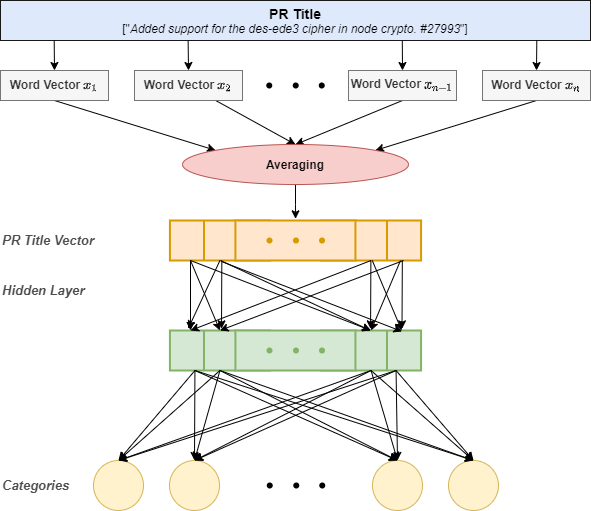
Earlier version of the draw.io export FastText.png (JasonZhu-WHU/Draw.io). Source tidied: cells renumbered, new cells last; positions are measured from the earlier drawing's top-left corner, leaving out a move shared by most shapes. The source it was exported from:
```xml
<mxGraphModel math="1">
  <root>
    <mxCell id="0" />
    <mxCell id="1" parent="0" />
    <mxCell id="2" value="&lt;font style=&quot;font-size: 14px&quot;&gt;PR Title&lt;/font&gt;&lt;span style=&quot;font-weight: normal ; font-size: 5px&quot;&gt;&lt;font style=&quot;font-size: 5px&quot;&gt;&lt;br style=&quot;font-size: 5px&quot;&gt;&lt;span style=&quot;font-size: 5px&quot;&gt;[&quot;&lt;i&gt;Added support for the des-ede3 cipher in node crypto. #27993&lt;/i&gt;&quot;]&lt;/span&gt;&lt;/font&gt;&lt;/span&gt;" style="rounded=0;whiteSpace=wrap;html=1;opacity=90;fillColor=#dae8fc;fontSize=12;fontStyle=1;" parent="1" vertex="1">
      <mxGeometry width="590" height="40" as="geometry" />
    </mxCell>
    <mxCell id="3" style="shape=waypoint;sketch=0;fillStyle=solid;size=6;fillColor=none;perimeter=centerPerimeter;" parent="1" vertex="1">
      <mxGeometry x="248.8" y="65" width="40" height="40" as="geometry" />
    </mxCell>
    <mxCell id="4" style="shape=waypoint;sketch=0;fillStyle=solid;size=6;fillColor=none;perimeter=centerPerimeter;" parent="1" vertex="1">
      <mxGeometry x="275.2" y="65" width="40" height="40" as="geometry" />
    </mxCell>
    <mxCell id="5" style="shape=waypoint;sketch=0;fillStyle=solid;size=6;fillColor=none;perimeter=centerPerimeter;" parent="1" vertex="1">
      <mxGeometry x="301.2" y="65" width="40" height="40" as="geometry" />
    </mxCell>
    <mxCell id="6" style="edgeStyle=orthogonalEdgeStyle;rounded=0;jettySize=auto;html=1;exitX=0.5;exitY=0;exitDx=0;exitDy=0;entryX=0.318;entryY=0.997;entryDx=0;entryDy=0;entryPerimeter=0;startArrow=classic;startFill=1;endArrow=none;endFill=0;" parent="1" edge="1" source="8" target="2">
      <mxGeometry relative="1" as="geometry" />
    </mxCell>
    <mxCell id="7" style="edgeStyle=none;rounded=0;jettySize=auto;html=1;entryX=0.5;entryY=0;entryDx=0;entryDy=0;startArrow=none;startFill=0;endArrow=classic;endFill=1;" parent="1" edge="1" source="8" target="19">
      <mxGeometry relative="1" as="geometry" />
    </mxCell>
    <mxCell id="8" value="&lt;font style=&quot;font-size: 12px&quot;&gt;Word Vector&amp;nbsp;&lt;/font&gt;&lt;span style=&quot;color: rgb(0 , 0 , 0)&quot;&gt;`x_{2}`&lt;/span&gt;" style="rounded=0;whiteSpace=wrap;html=1;opacity=90;fillColor=#f5f5f5;fontSize=12;fontStyle=1;strokeColor=#666666;fontColor=#333333;" parent="1" vertex="1">
      <mxGeometry x="134" y="70" width="108" height="30" as="geometry" />
    </mxCell>
    <mxCell id="9" style="edgeStyle=orthogonalEdgeStyle;rounded=0;jettySize=auto;html=1;exitX=0.5;exitY=0;exitDx=0;exitDy=0;entryX=0.091;entryY=1;entryDx=0;entryDy=0;entryPerimeter=0;startArrow=classic;startFill=1;endArrow=none;endFill=0;" parent="1" edge="1" source="11" target="2">
      <mxGeometry relative="1" as="geometry" />
    </mxCell>
    <mxCell id="10" style="rounded=0;jettySize=auto;html=1;exitX=0.5;exitY=1;exitDx=0;exitDy=0;startArrow=none;startFill=0;endArrow=classic;endFill=1;entryX=0;entryY=0;entryDx=0;entryDy=0;" parent="1" edge="1" source="11" target="19">
      <mxGeometry relative="1" as="geometry" />
    </mxCell>
    <mxCell id="11" value="&lt;font style=&quot;font-size: 12px&quot;&gt;Word Vector&amp;nbsp;&lt;/font&gt;&lt;span style=&quot;color: rgb(0 , 0 , 0)&quot;&gt;`x_{1}`&lt;/span&gt;" style="rounded=0;whiteSpace=wrap;html=1;opacity=90;fillColor=#f5f5f5;fontSize=12;fontStyle=1;strokeColor=#666666;fontColor=#333333;" parent="1" vertex="1">
      <mxGeometry y="70" width="108" height="30" as="geometry" />
    </mxCell>
    <mxCell id="12" style="edgeStyle=orthogonalEdgeStyle;rounded=0;jettySize=auto;html=1;exitX=0.5;exitY=0;exitDx=0;exitDy=0;entryX=0.909;entryY=1;entryDx=0;entryDy=0;entryPerimeter=0;startArrow=classic;startFill=1;endArrow=none;endFill=0;" parent="1" edge="1" source="14" target="2">
      <mxGeometry relative="1" as="geometry" />
    </mxCell>
    <mxCell id="13" style="edgeStyle=none;rounded=0;jettySize=auto;html=1;exitX=0.5;exitY=1;exitDx=0;exitDy=0;entryX=1;entryY=0;entryDx=0;entryDy=0;startArrow=none;startFill=0;endArrow=classic;endFill=1;" parent="1" edge="1" source="14" target="19">
      <mxGeometry relative="1" as="geometry" />
    </mxCell>
    <mxCell id="14" value="&lt;font style=&quot;font-size: 12px&quot;&gt;Word Vector&amp;nbsp;&lt;/font&gt;&lt;span style=&quot;color: rgb(0 , 0 , 0)&quot;&gt;`x_{n}`&lt;/span&gt;" style="rounded=0;whiteSpace=wrap;html=1;opacity=90;fillColor=#f5f5f5;fontSize=12;fontStyle=1;strokeColor=#666666;fontColor=#333333;" parent="1" vertex="1">
      <mxGeometry x="482" y="70" width="108" height="30" as="geometry" />
    </mxCell>
    <mxCell id="15" style="edgeStyle=orthogonalEdgeStyle;rounded=0;jettySize=auto;html=1;exitX=0.5;exitY=0;exitDx=0;exitDy=0;entryX=0.681;entryY=1;entryDx=0;entryDy=0;entryPerimeter=0;startArrow=classic;startFill=1;endArrow=none;endFill=0;" parent="1" edge="1" source="17" target="2">
      <mxGeometry relative="1" as="geometry" />
    </mxCell>
    <mxCell id="16" style="edgeStyle=none;rounded=0;jettySize=auto;html=1;exitX=0.5;exitY=1;exitDx=0;exitDy=0;entryX=0.5;entryY=0;entryDx=0;entryDy=0;startArrow=none;startFill=0;endArrow=classic;endFill=1;" parent="1" edge="1" source="17" target="19">
      <mxGeometry relative="1" as="geometry" />
    </mxCell>
    <mxCell id="17" value="&lt;font style=&quot;font-size: 12px&quot;&gt;Word Vector&amp;nbsp;&lt;/font&gt;&lt;span style=&quot;color: rgb(0 , 0 , 0)&quot;&gt;`x_{n-1}`&lt;/span&gt;" style="rounded=0;whiteSpace=wrap;html=1;opacity=90;fillColor=#f5f5f5;fontSize=12;fontStyle=1;strokeColor=#666666;fontColor=#333333;" parent="1" vertex="1">
      <mxGeometry x="348" y="70" width="108" height="30" as="geometry" />
    </mxCell>
    <mxCell id="18" style="edgeStyle=orthogonalEdgeStyle;rounded=0;jettySize=auto;html=1;entryX=0.501;entryY=-0.042;entryDx=0;entryDy=0;entryPerimeter=0;" parent="1" edge="1" source="19" target="22">
      <mxGeometry relative="1" as="geometry" />
    </mxCell>
    <mxCell id="19" value="&lt;b&gt;Averaging&lt;/b&gt;" style="ellipse;whiteSpace=wrap;html=1;fillColor=#f8cecc;strokeColor=#b85450;" parent="1" vertex="1">
      <mxGeometry x="182" y="144" width="226" height="40" as="geometry" />
    </mxCell>
    <mxCell id="20" style="strokeWidth=2;html=1;shape=mxgraph.lean_mapping.buffer_or_safety_stock;rotation=90;fillColor=#ffe6cc;strokeColor=#d79b00;" parent="1" vertex="1">
      <mxGeometry x="350.6" y="190" width="40" height="100" as="geometry" />
    </mxCell>
    <mxCell id="21" style="strokeWidth=2;html=1;shape=mxgraph.lean_mapping.buffer_or_safety_stock;rotation=90;fillColor=#ffe6cc;strokeColor=#d79b00;" parent="1" vertex="1">
      <mxGeometry x="199.4" y="190" width="40" height="100" as="geometry" />
    </mxCell>
    <mxCell id="22" style="verticalLabelPosition=bottom;verticalAlign=middle;html=1;shape=mxgraph.basic.rect;fillColor2=none;strokeWidth=2;size=20;indent=5;fontStyle=0;labelBackgroundColor=none;labelBorderColor=#000000;fillColor=#ffe6cc;strokeColor=#d79b00;" parent="1" vertex="1">
      <mxGeometry x="234.9" y="220" width="120" height="40" as="geometry" />
    </mxCell>
    <mxCell id="23" style="shape=waypoint;sketch=0;fillStyle=solid;size=6;fillColor=#ffe6cc;perimeter=centerPerimeter;strokeColor=#d79b00;" parent="1" vertex="1">
      <mxGeometry x="249" y="220" width="40" height="40" as="geometry" />
    </mxCell>
    <mxCell id="24" style="shape=waypoint;sketch=0;fillStyle=solid;size=6;fillColor=#ffe6cc;perimeter=centerPerimeter;strokeColor=#d79b00;" parent="1" vertex="1">
      <mxGeometry x="275.5" y="220" width="40" height="40" as="geometry" />
    </mxCell>
    <mxCell id="25" style="shape=waypoint;sketch=0;fillStyle=solid;size=6;fillColor=#ffe6cc;perimeter=centerPerimeter;strokeColor=#d79b00;" parent="1" vertex="1">
      <mxGeometry x="301.5" y="220" width="40" height="40" as="geometry" />
    </mxCell>
    <mxCell id="26" value="&lt;font color=&quot;#4d4d4d&quot; style=&quot;font-size: 13px;&quot;&gt;&lt;span style=&quot;font-size: 13px;&quot;&gt;PR Title Vector&lt;/span&gt;&lt;/font&gt;" style="text;html=1;strokeColor=none;fillColor=none;align=left;verticalAlign=middle;whiteSpace=wrap;rounded=0;labelBackgroundColor=none;fontSize=13;fontFamily=Helvetica;fontStyle=3;strokeWidth=1;flipV=1;" parent="1" vertex="1">
      <mxGeometry y="230" width="142" height="20" as="geometry" />
    </mxCell>
    <mxCell id="27" style="strokeWidth=2;html=1;shape=mxgraph.lean_mapping.buffer_or_safety_stock;rotation=90;fillColor=#d5e8d4;strokeColor=#82b366;" parent="1" vertex="1">
      <mxGeometry x="350.6" y="300" width="40" height="100" as="geometry" />
    </mxCell>
    <mxCell id="28" style="strokeWidth=2;html=1;shape=mxgraph.lean_mapping.buffer_or_safety_stock;rotation=90;fillColor=#d5e8d4;strokeColor=#82b366;" parent="1" vertex="1">
      <mxGeometry x="199.4" y="300" width="40" height="100" as="geometry" />
    </mxCell>
    <mxCell id="29" style="verticalLabelPosition=bottom;verticalAlign=middle;html=1;shape=mxgraph.basic.rect;fillColor2=none;strokeWidth=2;size=20;indent=5;fontStyle=0;labelBackgroundColor=none;labelBorderColor=#000000;fillColor=#d5e8d4;strokeColor=#82b366;" parent="1" vertex="1">
      <mxGeometry x="234.9" y="330" width="120" height="40" as="geometry" />
    </mxCell>
    <mxCell id="30" style="shape=waypoint;sketch=0;fillStyle=solid;size=6;fillColor=#d5e8d4;perimeter=centerPerimeter;strokeColor=#82b366;" parent="1" vertex="1">
      <mxGeometry x="249" y="330" width="40" height="40" as="geometry" />
    </mxCell>
    <mxCell id="31" style="shape=waypoint;sketch=0;fillStyle=solid;size=6;fillColor=#d5e8d4;perimeter=centerPerimeter;strokeColor=#82b366;" parent="1" vertex="1">
      <mxGeometry x="275.5" y="330" width="40" height="40" as="geometry" />
    </mxCell>
    <mxCell id="32" style="shape=waypoint;sketch=0;fillStyle=solid;size=6;fillColor=#d5e8d4;perimeter=centerPerimeter;strokeColor=#82b366;" parent="1" vertex="1">
      <mxGeometry x="301.5" y="330" width="40" height="40" as="geometry" />
    </mxCell>
    <mxCell id="33" value="&lt;font color=&quot;#4d4d4d&quot; style=&quot;font-size: 13px;&quot;&gt;&lt;span style=&quot;font-size: 13px;&quot;&gt;Hidden Layer&lt;/span&gt;&lt;/font&gt;" style="text;html=1;strokeColor=none;fillColor=none;align=left;verticalAlign=middle;whiteSpace=wrap;rounded=0;labelBackgroundColor=none;fontSize=13;fontFamily=Helvetica;fontStyle=3;strokeWidth=1;flipV=1;" parent="1" vertex="1">
      <mxGeometry y="280" width="142" height="20" as="geometry" />
    </mxCell>
    <mxCell id="34" style="endArrow=classic;html=1;fontFamily=Helvetica;fontSize=13;exitX=1.042;exitY=0.851;exitDx=0;exitDy=0;exitPerimeter=0;" parent="1" edge="1">
      <mxGeometry relative="1" as="geometry">
        <mxPoint x="221.3" y="260" as="sourcePoint" />
        <mxPoint x="221" y="328.3" as="targetPoint" />
      </mxGeometry>
    </mxCell>
    <mxCell id="35" style="endArrow=classic;html=1;fontFamily=Helvetica;fontSize=13;exitX=1.042;exitY=0.851;exitDx=0;exitDy=0;exitPerimeter=0;" parent="1" edge="1">
      <mxGeometry relative="1" as="geometry">
        <mxPoint x="370.4" y="260" as="sourcePoint" />
        <mxPoint x="370.1" y="328.3" as="targetPoint" />
      </mxGeometry>
    </mxCell>
    <mxCell id="36" style="endArrow=classic;html=1;fontFamily=Helvetica;fontSize=13;" parent="1" edge="1">
      <mxGeometry relative="1" as="geometry">
        <mxPoint x="190" y="260" as="sourcePoint" />
        <mxPoint x="190" y="330" as="targetPoint" />
      </mxGeometry>
    </mxCell>
    <mxCell id="37" style="endArrow=classic;html=1;fontFamily=Helvetica;fontSize=13;exitX=1.042;exitY=0.851;exitDx=0;exitDy=0;exitPerimeter=0;" parent="1" edge="1">
      <mxGeometry relative="1" as="geometry">
        <mxPoint x="401.8" y="260" as="sourcePoint" />
        <mxPoint x="401.5" y="328.3" as="targetPoint" />
      </mxGeometry>
    </mxCell>
    <mxCell id="38" style="endArrow=classic;html=1;fontFamily=Helvetica;fontSize=13;entryX=0;entryY=0.5;entryDx=0;entryDy=0;" parent="1" edge="1" target="28">
      <mxGeometry relative="1" as="geometry">
        <mxPoint x="190" y="260" as="sourcePoint" />
      </mxGeometry>
    </mxCell>
    <mxCell id="39" style="endArrow=classic;html=1;fontFamily=Helvetica;fontSize=13;entryX=0;entryY=0.5;entryDx=0;entryDy=0;" parent="1" edge="1">
      <mxGeometry relative="1" as="geometry">
        <mxPoint x="371.8" y="260" as="sourcePoint" />
        <mxPoint x="401.2" y="330" as="targetPoint" />
      </mxGeometry>
    </mxCell>
    <mxCell id="40" style="endArrow=classic;html=1;fontFamily=Helvetica;fontSize=13;entryX=0;entryY=0.5;entryDx=0;entryDy=0;" parent="1" edge="1" target="27">
      <mxGeometry relative="1" as="geometry">
        <mxPoint x="190" y="260" as="sourcePoint" />
      </mxGeometry>
    </mxCell>
    <mxCell id="41" style="endArrow=classic;html=1;fontFamily=Helvetica;fontSize=13;entryX=0;entryY=0.5;entryDx=0;entryDy=0;" parent="1" edge="1">
      <mxGeometry relative="1" as="geometry">
        <mxPoint x="221" y="261" as="sourcePoint" />
        <mxPoint x="401.6" y="331" as="targetPoint" />
      </mxGeometry>
    </mxCell>
    <mxCell id="42" style="endArrow=classic;html=1;fontFamily=Helvetica;fontSize=13;" parent="1" edge="1">
      <mxGeometry relative="1" as="geometry">
        <mxPoint x="220" y="260" as="sourcePoint" />
        <mxPoint x="370" y="330" as="targetPoint" />
      </mxGeometry>
    </mxCell>
    <mxCell id="43" style="endArrow=classic;html=1;fontFamily=Helvetica;fontSize=13;entryX=0;entryY=0.5;entryDx=0;entryDy=0;" parent="1" edge="1" target="28">
      <mxGeometry relative="1" as="geometry">
        <mxPoint x="403" y="260" as="sourcePoint" />
      </mxGeometry>
    </mxCell>
    <mxCell id="44" style="endArrow=classic;html=1;fontFamily=Helvetica;fontSize=13;entryX=0;entryY=0.5;entryDx=0;entryDy=0;" parent="1" edge="1" target="27">
      <mxGeometry relative="1" as="geometry">
        <mxPoint x="400" y="260" as="sourcePoint" />
      </mxGeometry>
    </mxCell>
    <mxCell id="45" style="ellipse;whiteSpace=wrap;html=1;labelBackgroundColor=none;fontFamily=Helvetica;fontSize=13;strokeColor=#d6b656;strokeWidth=1;verticalAlign=middle;fillColor=#fff2cc;" parent="1" vertex="1">
      <mxGeometry x="93" y="460" width="50" height="50" as="geometry" />
    </mxCell>
    <mxCell id="46" style="ellipse;whiteSpace=wrap;html=1;labelBackgroundColor=none;fontFamily=Helvetica;fontSize=13;strokeColor=#d6b656;strokeWidth=1;verticalAlign=middle;fillColor=#fff2cc;" parent="1" vertex="1">
      <mxGeometry x="169" y="460" width="50" height="50" as="geometry" />
    </mxCell>
    <mxCell id="47" style="shape=waypoint;sketch=0;fillStyle=solid;size=6;fillColor=none;perimeter=centerPerimeter;" parent="1" vertex="1">
      <mxGeometry x="249.2" y="465" width="40" height="40" as="geometry" />
    </mxCell>
    <mxCell id="48" style="shape=waypoint;sketch=0;fillStyle=solid;size=6;fillColor=none;perimeter=centerPerimeter;" parent="1" vertex="1">
      <mxGeometry x="275.8" y="465" width="40" height="40" as="geometry" />
    </mxCell>
    <mxCell id="49" style="shape=waypoint;sketch=0;fillStyle=solid;size=6;fillColor=none;perimeter=centerPerimeter;" parent="1" vertex="1">
      <mxGeometry x="301.8" y="465" width="40" height="40" as="geometry" />
    </mxCell>
    <mxCell id="50" style="ellipse;whiteSpace=wrap;html=1;labelBackgroundColor=none;fontFamily=Helvetica;fontSize=13;strokeColor=#d6b656;strokeWidth=1;verticalAlign=middle;fillColor=#fff2cc;" parent="1" vertex="1">
      <mxGeometry x="372" y="460" width="50" height="50" as="geometry" />
    </mxCell>
    <mxCell id="51" style="ellipse;whiteSpace=wrap;html=1;labelBackgroundColor=none;fontFamily=Helvetica;fontSize=13;strokeColor=#d6b656;strokeWidth=1;verticalAlign=middle;fillColor=#fff2cc;" parent="1" vertex="1">
      <mxGeometry x="448" y="460" width="50" height="50" as="geometry" />
    </mxCell>
    <mxCell id="52" value="&lt;font color=&quot;#4d4d4d&quot; style=&quot;font-size: 13px;&quot;&gt;&lt;span style=&quot;font-size: 13px;&quot;&gt;Categories&lt;/span&gt;&lt;/font&gt;" style="text;html=1;strokeColor=none;fillColor=none;align=left;verticalAlign=middle;whiteSpace=wrap;rounded=0;labelBackgroundColor=none;fontSize=13;fontFamily=Helvetica;fontStyle=3;strokeWidth=1;flipV=1;" parent="1" vertex="1">
      <mxGeometry y="475" width="142" height="20" as="geometry" />
    </mxCell>
    <mxCell id="53" style="endArrow=classic;html=1;fontFamily=Helvetica;fontSize=13;exitX=1;exitY=0.5;exitDx=0;exitDy=0;" parent="1" edge="1" source="20">
      <mxGeometry relative="1" as="geometry">
        <mxPoint x="190" y="330" as="targetPoint" />
      </mxGeometry>
    </mxCell>
    <mxCell id="54" style="endArrow=classic;html=1;fontFamily=Helvetica;fontSize=13;entryX=-0.042;entryY=0.818;entryDx=0;entryDy=0;exitX=1;exitY=0.5;exitDx=0;exitDy=0;entryPerimeter=0;" parent="1" edge="1" source="21" target="28">
      <mxGeometry relative="1" as="geometry" />
    </mxCell>
    <mxCell id="55" style="endArrow=classic;html=1;fontFamily=Helvetica;fontSize=13;entryX=0.5;entryY=0;entryDx=0;entryDy=0;exitX=1;exitY=0.75;exitDx=0;exitDy=0;" parent="1" edge="1" source="28" target="45">
      <mxGeometry relative="1" as="geometry" />
    </mxCell>
    <mxCell id="56" style="endArrow=classic;html=1;fontFamily=Helvetica;fontSize=13;entryX=0.5;entryY=0;entryDx=0;entryDy=0;exitX=1;exitY=0.75;exitDx=0;exitDy=0;" parent="1" edge="1" source="28" target="46">
      <mxGeometry relative="1" as="geometry" />
    </mxCell>
    <mxCell id="57" style="endArrow=classic;html=1;fontFamily=Helvetica;fontSize=13;entryX=0.5;entryY=0;entryDx=0;entryDy=0;exitX=1;exitY=0.75;exitDx=0;exitDy=0;" parent="1" edge="1" source="28" target="50">
      <mxGeometry relative="1" as="geometry" />
    </mxCell>
    <mxCell id="58" style="endArrow=classic;html=1;fontFamily=Helvetica;fontSize=13;entryX=0.5;entryY=0;entryDx=0;entryDy=0;exitX=1;exitY=0.75;exitDx=0;exitDy=0;" parent="1" edge="1" source="28" target="51">
      <mxGeometry relative="1" as="geometry" />
    </mxCell>
    <mxCell id="59" style="endArrow=classic;html=1;fontFamily=Helvetica;fontSize=13;entryX=0.5;entryY=0;entryDx=0;entryDy=0;exitX=1;exitY=0.5;exitDx=0;exitDy=0;" parent="1" edge="1" source="28" target="45">
      <mxGeometry relative="1" as="geometry" />
    </mxCell>
    <mxCell id="60" style="endArrow=classic;html=1;fontFamily=Helvetica;fontSize=13;entryX=0.5;entryY=0;entryDx=0;entryDy=0;exitX=1;exitY=0.5;exitDx=0;exitDy=0;" parent="1" edge="1" source="28" target="46">
      <mxGeometry relative="1" as="geometry" />
    </mxCell>
    <mxCell id="61" style="endArrow=classic;html=1;fontFamily=Helvetica;fontSize=13;entryX=0.5;entryY=0;entryDx=0;entryDy=0;exitX=1;exitY=0.5;exitDx=0;exitDy=0;" parent="1" edge="1" source="28" target="50">
      <mxGeometry relative="1" as="geometry" />
    </mxCell>
    <mxCell id="62" style="endArrow=classic;html=1;fontFamily=Helvetica;fontSize=13;entryX=0.5;entryY=0;entryDx=0;entryDy=0;exitX=1;exitY=0.5;exitDx=0;exitDy=0;" parent="1" edge="1" source="28" target="51">
      <mxGeometry relative="1" as="geometry" />
    </mxCell>
    <mxCell id="63" style="endArrow=classic;html=1;fontFamily=Helvetica;fontSize=13;entryX=0.5;entryY=0;entryDx=0;entryDy=0;exitX=1;exitY=0.5;exitDx=0;exitDy=0;" parent="1" edge="1" source="27" target="45">
      <mxGeometry relative="1" as="geometry" />
    </mxCell>
    <mxCell id="64" style="endArrow=classic;html=1;fontFamily=Helvetica;fontSize=13;entryX=0.5;entryY=0;entryDx=0;entryDy=0;exitX=1;exitY=0.5;exitDx=0;exitDy=0;" parent="1" edge="1" source="27" target="46">
      <mxGeometry relative="1" as="geometry" />
    </mxCell>
    <mxCell id="65" style="endArrow=classic;html=1;fontFamily=Helvetica;fontSize=13;entryX=0.5;entryY=0;entryDx=0;entryDy=0;exitX=1;exitY=0.5;exitDx=0;exitDy=0;" parent="1" edge="1" source="27" target="50">
      <mxGeometry relative="1" as="geometry" />
    </mxCell>
    <mxCell id="66" style="endArrow=classic;html=1;fontFamily=Helvetica;fontSize=13;entryX=0.5;entryY=0;entryDx=0;entryDy=0;exitX=1;exitY=0.5;exitDx=0;exitDy=0;" parent="1" edge="1" source="27" target="51">
      <mxGeometry relative="1" as="geometry" />
    </mxCell>
    <mxCell id="67" style="endArrow=classic;html=1;fontFamily=Helvetica;fontSize=13;entryX=0.5;entryY=0;entryDx=0;entryDy=0;exitX=1;exitY=0.25;exitDx=0;exitDy=0;" parent="1" edge="1" source="27" target="45">
      <mxGeometry relative="1" as="geometry" />
    </mxCell>
    <mxCell id="68" style="endArrow=classic;html=1;fontFamily=Helvetica;fontSize=13;entryX=0.5;entryY=0;entryDx=0;entryDy=0;exitX=1;exitY=0.25;exitDx=0;exitDy=0;" parent="1" edge="1" source="27" target="50">
      <mxGeometry relative="1" as="geometry" />
    </mxCell>
    <mxCell id="69" style="endArrow=classic;html=1;fontFamily=Helvetica;fontSize=13;entryX=0.5;entryY=0;entryDx=0;entryDy=0;exitX=1;exitY=0.25;exitDx=0;exitDy=0;" parent="1" edge="1" source="27" target="51">
      <mxGeometry relative="1" as="geometry" />
    </mxCell>
    <mxCell id="70" style="endArrow=classic;html=1;fontFamily=Helvetica;fontSize=13;entryX=0.5;entryY=0;entryDx=0;entryDy=0;exitX=1;exitY=0.25;exitDx=0;exitDy=0;" parent="1" edge="1" source="27" target="46">
      <mxGeometry relative="1" as="geometry" />
    </mxCell>
  </root>
</mxGraphModel>
```
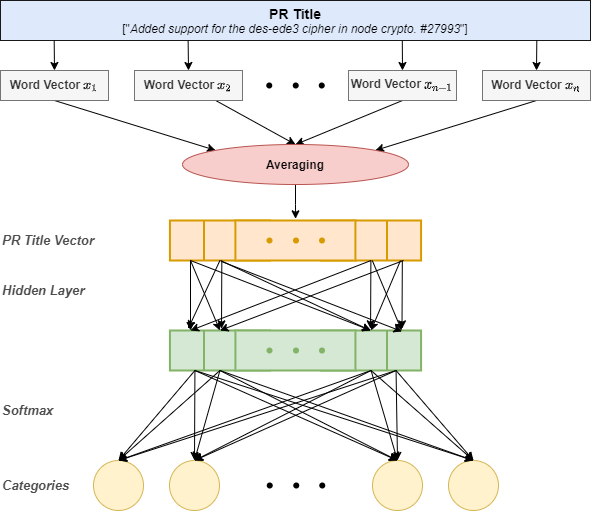
Above is the later version.

What changed in the source:
```diff
@@ -240,5 +240,8 @@
     <mxCell id="70" style="endArrow=classic;html=1;fontFamily=Helvetica;fontSize=13;entryX=0.5;entryY=0;entryDx=0;entryDy=0;exitX=1;exitY=0.25;exitDx=0;exitDy=0;" parent="1" edge="1" source="27" target="46">
       <mxGeometry relative="1" as="geometry" />
     </mxCell>
+    <mxCell id="71" value="&lt;font color=&quot;#4d4d4d&quot; style=&quot;font-size: 13px&quot;&gt;&lt;span style=&quot;font-size: 13px&quot;&gt;Softmax&lt;/span&gt;&lt;/font&gt;" style="text;html=1;strokeColor=none;fillColor=none;align=left;verticalAlign=middle;whiteSpace=wrap;rounded=0;labelBackgroundColor=none;fontSize=13;fontFamily=Helvetica;fontStyle=3;strokeWidth=1;flipV=1;" parent="1" vertex="1">
+      <mxGeometry y="400" width="142" height="20" as="geometry" />
+    </mxCell>
   </root>
 </mxGraphModel>
```
